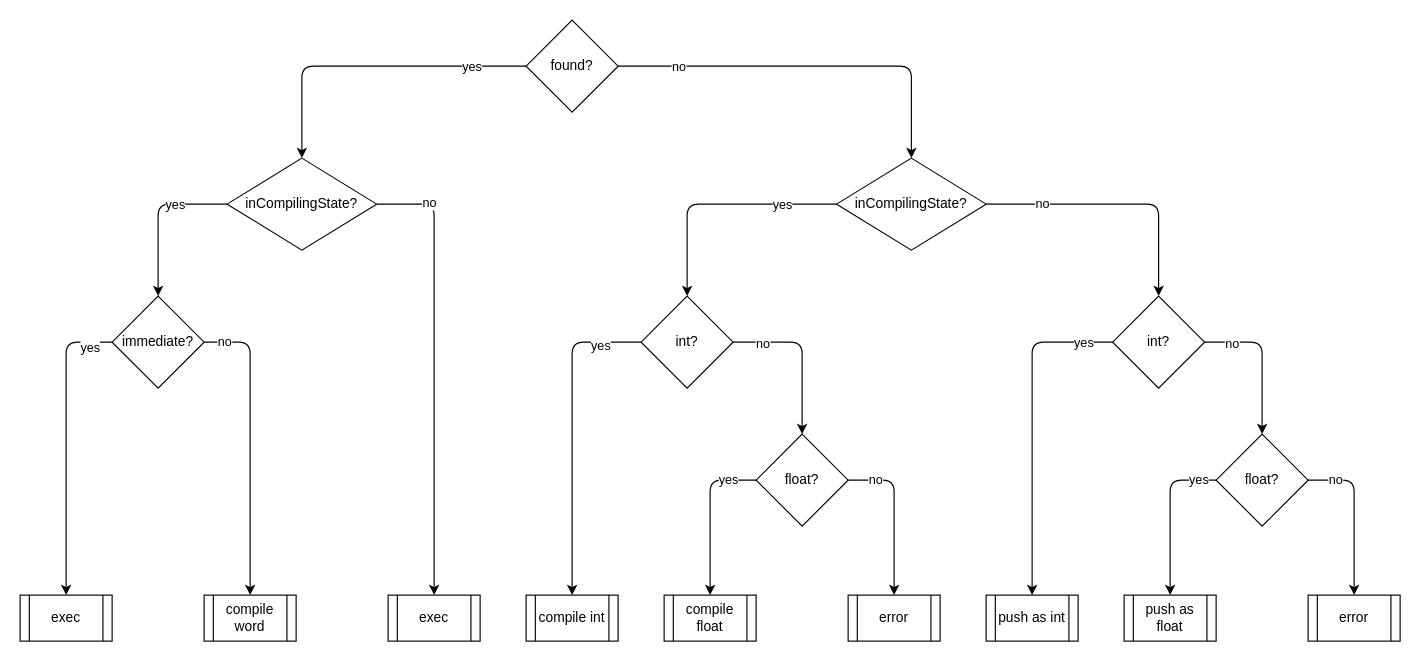
Above: page "dtree" (1 of 2) of xinterpret.drawio in guitarvydas/dtree (draw.io), before the change. Source tidied: cells renumbered, new cells numbered last; positions are measured from the earlier drawing's top-left corner, leaving out a move shared by most shapes. Both pictures are drawn from the tidied source at 115%, with x=0, y=0 at pixel (20, 20).
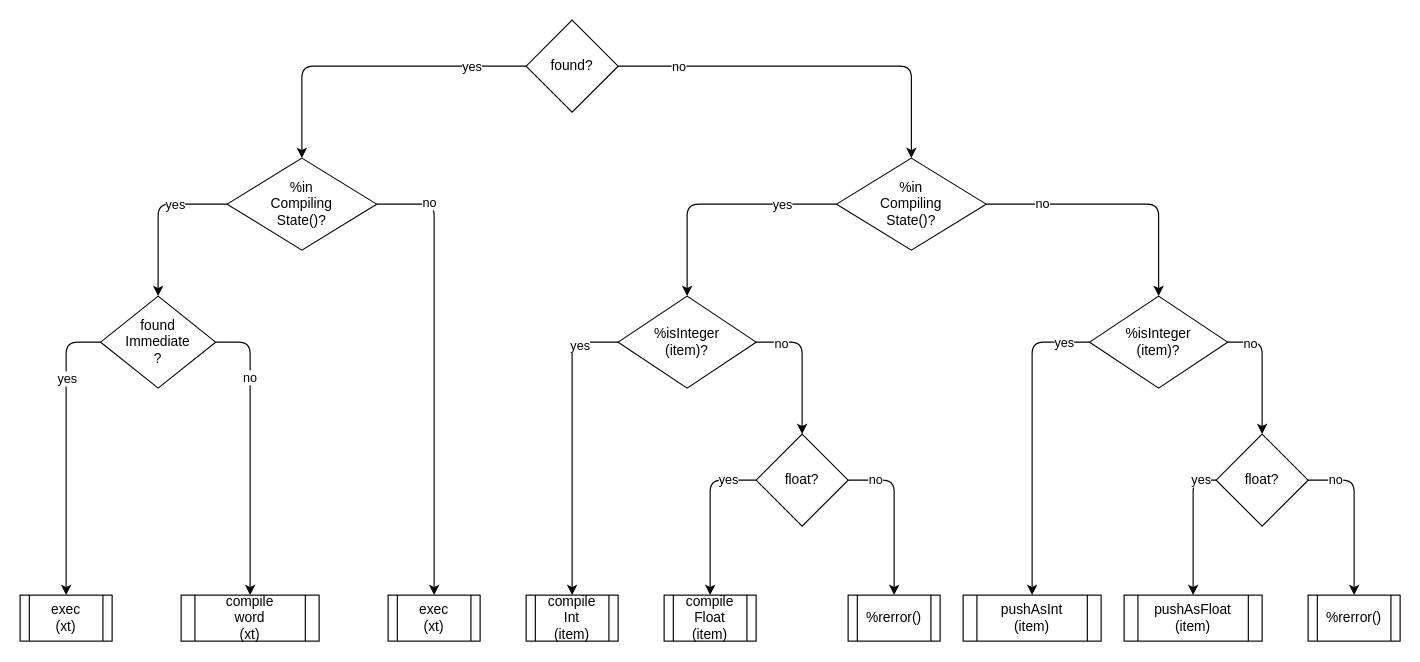
After the change.

Unchanged cells that the change refers to:
```xml
<mxCell id="17" style="edgeStyle=orthogonalEdgeStyle;shape=connector;curved=0;rounded=1;jettySize=auto;html=1;exitX=0;exitY=0.5;exitDx=0;exitDy=0;entryX=0.5;entryY=0;entryDx=0;entryDy=0;strokeColor=default;align=center;verticalAlign=middle;fontFamily=Helvetica;fontSize=11;fontColor=default;labelBackgroundColor=default;endArrow=classic;" parent="1" edge="1" source="21" target="42">
  <mxGeometry relative="1" as="geometry" />
</mxCell>
<mxCell id="19" style="edgeStyle=orthogonalEdgeStyle;shape=connector;curved=0;rounded=1;jettySize=auto;html=1;entryX=0.5;entryY=0;entryDx=0;entryDy=0;strokeColor=default;align=center;verticalAlign=middle;fontFamily=Helvetica;fontSize=11;fontColor=default;labelBackgroundColor=default;endArrow=classic;exitX=1;exitY=0.5;exitDx=0;exitDy=0;" parent="1" edge="1" source="21" target="43">
  <mxGeometry relative="1" as="geometry" />
</mxCell>
```

What changed in the source:
```diff
@@
-    <mxCell id="11" value="inCompilingState?" style="rhombus;whiteSpace=wrap;html=1;" parent="1" vertex="1">
+    <mxCell id="11" value="%in&lt;div&gt;Compiling&lt;/div&gt;&lt;div&gt;State()?&lt;/div&gt;" style="rhombus;whiteSpace=wrap;html=1;" parent="1" vertex="1">
       <mxGeometry x="180" y="120" width="130" height="80" as="geometry" />
     </mxCell>
@@
-    <mxCell id="16" value="inCompilingState?" style="rhombus;whiteSpace=wrap;html=1;" parent="1" vertex="1">
+    <mxCell id="16" value="%in&lt;div&gt;Compiling&lt;/div&gt;&lt;div&gt;State()?&lt;/div&gt;" style="rhombus;whiteSpace=wrap;html=1;" parent="1" vertex="1">
       <mxGeometry x="710" y="120" width="130" height="80" as="geometry" />
     </mxCell>
@@
     <mxCell id="18" value="yes" style="edgeLabel;html=1;align=center;verticalAlign=middle;fontFamily=Helvetica;fontSize=11;fontColor=default;labelBackgroundColor=default;" parent="17" vertex="1">
       <mxGeometry x="-0.62" y="-2" relative="1" as="geometry">
-        <mxPoint x="22" y="-5" as="offset" />
+        <mxPoint x="2" y="13" as="offset" />
       </mxGeometry>
     </mxCell>
@@
     <mxCell id="20" value="no" style="edgeLabel;html=1;align=center;verticalAlign=middle;fontFamily=Helvetica;fontSize=11;fontColor=default;labelBackgroundColor=default;" parent="19" vertex="1">
-      <mxGeometry x="-0.87" y="1" relative="1" as="geometry" />
+      <mxGeometry x="-0.87" y="1" relative="1" as="geometry">
+        <mxPoint x="13" y="31" as="offset" />
+      </mxGeometry>
     </mxCell>
-    <mxCell id="21" value="immediate?" style="rhombus;whiteSpace=wrap;html=1;" parent="1" vertex="1">
-      <mxGeometry x="80" y="240" width="80" height="80" as="geometry" />
+    <mxCell id="21" value="found&lt;div&gt;Immediate&lt;/div&gt;&lt;div&gt;?&lt;/div&gt;" style="rhombus;whiteSpace=wrap;html=1;" parent="1" vertex="1">
+      <mxGeometry x="70" y="240" width="100" height="80" as="geometry" />
     </mxCell>
@@
-    <mxCell id="26" value="int?" style="rhombus;whiteSpace=wrap;html=1;" parent="1" vertex="1">
-      <mxGeometry x="950" y="240" width="80" height="80" as="geometry" />
+    <mxCell id="26" value="%isInteger&lt;div&gt;(item)?&lt;/div&gt;" style="rhombus;whiteSpace=wrap;html=1;" parent="1" vertex="1">
+      <mxGeometry x="930" y="240" width="120" height="80" as="geometry" />
     </mxCell>
@@
-    <mxCell id="36" value="int?" style="rhombus;whiteSpace=wrap;html=1;" parent="1" vertex="1">
-      <mxGeometry x="540" y="240" width="80" height="80" as="geometry" />
+    <mxCell id="36" value="%isInteger&lt;div&gt;(item)&lt;span style=&quot;background-color: transparent; color: light-dark(rgb(0, 0, 0), rgb(255, 255, 255));&quot;&gt;?&lt;/span&gt;&lt;/div&gt;" style="rhombus;whiteSpace=wrap;html=1;" parent="1" vertex="1">
+      <mxGeometry x="520" y="240" width="120" height="80" as="geometry" />
     </mxCell>
@@
-    <mxCell id="42" value="exec" style="shape=process;whiteSpace=wrap;html=1;backgroundOutline=1;" parent="1" vertex="1">
+    <mxCell id="42" value="exec&lt;div&gt;(xt)&lt;/div&gt;" style="shape=process;whiteSpace=wrap;html=1;backgroundOutline=1;" parent="1" vertex="1">
       <mxGeometry y="500" width="80" height="40" as="geometry" />
     </mxCell>
-    <mxCell id="43" value="compile word" style="shape=process;whiteSpace=wrap;html=1;backgroundOutline=1;" parent="1" vertex="1">
-      <mxGeometry x="160" y="500" width="80" height="40" as="geometry" />
+    <mxCell id="43" value="compile&lt;div&gt;word&lt;/div&gt;&lt;div&gt;(&lt;span style=&quot;background-color: transparent; color: light-dark(rgb(0, 0, 0), rgb(255, 255, 255));&quot;&gt;xt)&lt;/span&gt;&lt;/div&gt;" style="shape=process;whiteSpace=wrap;html=1;backgroundOutline=1;" parent="1" vertex="1">
+      <mxGeometry x="140" y="500" width="120" height="40" as="geometry" />
     </mxCell>
-    <mxCell id="44" value="exec" style="shape=process;whiteSpace=wrap;html=1;backgroundOutline=1;" parent="1" vertex="1">
+    <mxCell id="44" value="exec&lt;div&gt;(xt)&lt;/div&gt;" style="shape=process;whiteSpace=wrap;html=1;backgroundOutline=1;" parent="1" vertex="1">
       <mxGeometry x="320" y="500" width="80" height="40" as="geometry" />
     </mxCell>
-    <mxCell id="45" value="compile int" style="shape=process;whiteSpace=wrap;html=1;backgroundOutline=1;" parent="1" vertex="1">
+    <mxCell id="45" value="compile&lt;div&gt;Int&lt;/div&gt;&lt;div&gt;(item)&lt;/div&gt;" style="shape=process;whiteSpace=wrap;html=1;backgroundOutline=1;" parent="1" vertex="1">
       <mxGeometry x="440" y="500" width="80" height="40" as="geometry" />
     </mxCell>
-    <mxCell id="46" value="compile float" style="shape=process;whiteSpace=wrap;html=1;backgroundOutline=1;" parent="1" vertex="1">
+    <mxCell id="46" value="compile&lt;div&gt;Float&lt;/div&gt;&lt;div&gt;(item)&lt;/div&gt;" style="shape=process;whiteSpace=wrap;html=1;backgroundOutline=1;" parent="1" vertex="1">
       <mxGeometry x="560" y="500" width="80" height="40" as="geometry" />
     </mxCell>
-    <mxCell id="47" value="error" style="shape=process;whiteSpace=wrap;html=1;backgroundOutline=1;" parent="1" vertex="1">
+    <mxCell id="47" value="%rerror()" style="shape=process;whiteSpace=wrap;html=1;backgroundOutline=1;" parent="1" vertex="1">
       <mxGeometry x="720" y="500" width="80" height="40" as="geometry" />
     </mxCell>
-    <mxCell id="48" value="push as int" style="shape=process;whiteSpace=wrap;html=1;backgroundOutline=1;" parent="1" vertex="1">
-      <mxGeometry x="840" y="500" width="80" height="40" as="geometry" />
+    <mxCell id="48" value="pushAsInt&lt;div&gt;(item)&lt;/div&gt;" style="shape=process;whiteSpace=wrap;html=1;backgroundOutline=1;" parent="1" vertex="1">
+      <mxGeometry x="820" y="500" width="120" height="40" as="geometry" />
     </mxCell>
-    <mxCell id="49" value="push as float" style="shape=process;whiteSpace=wrap;html=1;backgroundOutline=1;" parent="1" vertex="1">
-      <mxGeometry x="960" y="500" width="80" height="40" as="geometry" />
+    <mxCell id="49" value="pushAsFloat&lt;div&gt;(item)&lt;/div&gt;" style="shape=process;whiteSpace=wrap;html=1;backgroundOutline=1;" parent="1" vertex="1">
+      <mxGeometry x="960" y="500" width="120" height="40" as="geometry" />
     </mxCell>
-    <mxCell id="50" value="error" style="shape=process;whiteSpace=wrap;html=1;backgroundOutline=1;" parent="1" vertex="1">
+    <mxCell id="50" value="%rerror()" style="shape=process;whiteSpace=wrap;html=1;backgroundOutline=1;" parent="1" vertex="1">
       <mxGeometry x="1120" y="500" width="80" height="40" as="geometry" />
     </mxCell>
```
